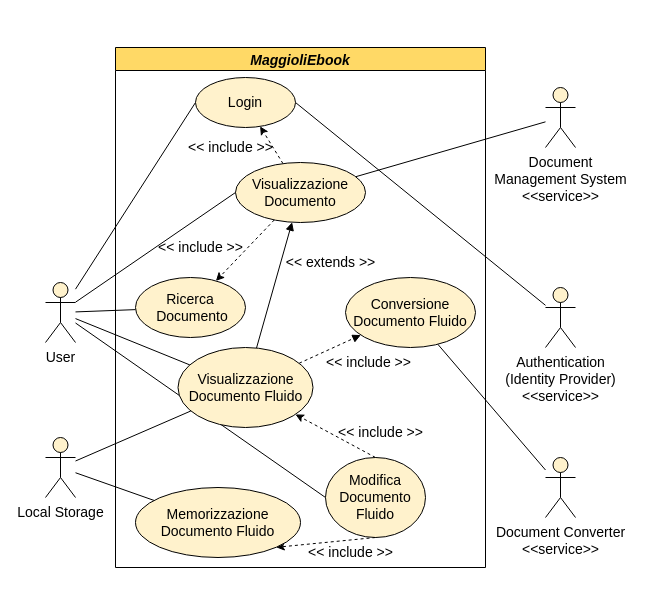
The draw.io diagram page "1-Use-case" (1 of 19) of tesi.drawio in paganellif/tesi-paganelli, before the edit. Source tidied: cells renumbered, new cells numbered last; positions are measured from the earlier drawing's top-left corner, leaving out a move shared by most shapes. Both pictures are drawn from the tidied source at 100%, with x=0, y=0 at pixel (45, 47).
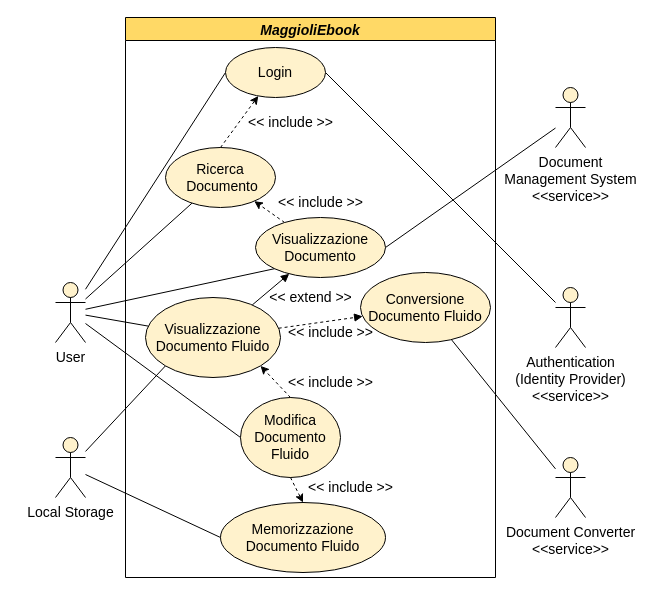
After the change.

Diff of the diagram source:
```diff
@@
     <mxCell id="5" value="User" style="shape=umlActor;verticalLabelPosition=bottom;verticalAlign=top;html=1;outlineConnect=0;fillColor=#FFF2CC;fontSize=14;strokeColor=#000000;" parent="1" vertex="1">
-      <mxGeometry y="235" width="30" height="60" as="geometry" />
+      <mxGeometry x="10" y="235" width="30" height="60" as="geometry" />
     </mxCell>
@@
     <mxCell id="7" value="Login" style="ellipse;whiteSpace=wrap;html=1;fillColor=#FFF2CC;strokeColor=#000000;fontSize=14;" parent="1" vertex="1">
-      <mxGeometry x="150" y="30" width="100" height="50" as="geometry" />
+      <mxGeometry x="180" width="100" height="50" as="geometry" />
     </mxCell>
     <mxCell id="8" value="Authentication&lt;br style=&quot;font-size: 14px;&quot;&gt;(Identity Provider)&lt;br style=&quot;font-size: 14px;&quot;&gt;&amp;lt;&amp;lt;service&amp;gt;&amp;gt;" style="shape=umlActor;verticalLabelPosition=bottom;verticalAlign=top;html=1;outlineConnect=0;fillColor=#FFF2CC;fontSize=14;strokeColor=#000000;" parent="1" vertex="1">
-      <mxGeometry x="500" y="240" width="30" height="60" as="geometry" />
+      <mxGeometry x="510" y="240" width="30" height="60" as="geometry" />
     </mxCell>
     <mxCell id="9" value="Ricerca&lt;br style=&quot;font-size: 14px;&quot;&gt;&amp;nbsp;Documento" style="ellipse;whiteSpace=wrap;html=1;fillColor=#FFF2CC;strokeColor=#000000;fontSize=14;" parent="1" vertex="1">
-      <mxGeometry x="90" y="230" width="110" height="60" as="geometry" />
+      <mxGeometry x="120" y="100" width="110" height="60" as="geometry" />
     </mxCell>
@@
-    <mxCell id="11" style="edgeStyle=none;rounded=0;jettySize=auto;html=1;startArrow=none;startFill=0;endArrow=none;endFill=0;fontSize=14;fillColor=#dae8fc;strokeColor=#000000;" parent="1" edge="1" source="13" target="31">
+    <mxCell id="11" style="edgeStyle=none;rounded=0;jettySize=auto;html=1;startArrow=none;startFill=0;endArrow=none;endFill=0;fontSize=14;fillColor=#dae8fc;strokeColor=#000000;exitX=1;exitY=0.5;exitDx=0;exitDy=0;" parent="1" edge="1" source="13" target="31">
       <mxGeometry relative="1" as="geometry" />
     </mxCell>
-    <mxCell id="12" style="rounded=0;jettySize=auto;html=1;dashed=1;fillColor=#dae8fc;strokeColor=#000000;fontSize=14;" parent="1" edge="1" source="13" target="7">
+    <mxCell id="12" style="rounded=0;jettySize=auto;html=1;dashed=1;fillColor=#dae8fc;strokeColor=#000000;fontSize=14;exitX=0.5;exitY=0;exitDx=0;exitDy=0;" parent="1" edge="1" source="9" target="7">
       <mxGeometry relative="1" as="geometry" />
     </mxCell>
     <mxCell id="13" value="Visualizzazione Documento" style="ellipse;whiteSpace=wrap;html=1;fillColor=#FFF2CC;strokeColor=#000000;fontSize=14;" parent="1" vertex="1">
-      <mxGeometry x="190" y="115" width="130" height="60" as="geometry" />
+      <mxGeometry x="210" y="170" width="130" height="60" as="geometry" />
     </mxCell>
     <mxCell id="14" value="&amp;lt;&amp;lt; include &amp;gt;&amp;gt;" style="text;html=1;align=center;verticalAlign=middle;strokeColor=none;fillColor=none;fontSize=14;" parent="1" vertex="1">
-      <mxGeometry x="100" y="185" width="110" height="30" as="geometry" />
+      <mxGeometry x="220" y="140" width="110" height="30" as="geometry" />
     </mxCell>
     <mxCell id="15" value="Modifica Documento Fluido" style="ellipse;whiteSpace=wrap;html=1;fillColor=#FFF2CC;strokeColor=#000000;fontSize=14;" parent="1" vertex="1">
-      <mxGeometry x="280" y="410" width="100" height="80" as="geometry" />
+      <mxGeometry x="195" y="350" width="100" height="80" as="geometry" />
     </mxCell>
-    <mxCell id="16" style="edgeStyle=none;rounded=0;jettySize=auto;html=1;endArrow=classic;endFill=1;dashed=1;exitX=0.5;exitY=0;exitDx=0;exitDy=0;fillColor=#dae8fc;strokeColor=#000000;fontSize=14;" parent="1" edge="1" source="15" target="23">
+    <mxCell id="16" style="edgeStyle=none;rounded=0;jettySize=auto;html=1;endArrow=classic;endFill=1;dashed=1;exitX=0.5;exitY=0;exitDx=0;exitDy=0;fillColor=#dae8fc;strokeColor=#000000;fontSize=14;entryX=1;entryY=1;entryDx=0;entryDy=0;" parent="1" edge="1" source="15" target="23">
       <mxGeometry relative="1" as="geometry" />
     </mxCell>
-    <mxCell id="17" value="&amp;lt;&amp;lt; include &amp;gt;&amp;gt;" style="text;html=1;align=center;verticalAlign=middle;strokeColor=none;fillColor=none;fontSize=14;" parent="1" vertex="1">
-      <mxGeometry x="280" y="370" width="110" height="30" as="geometry" />
-    </mxCell>
-    <mxCell id="18" style="rounded=0;jettySize=auto;html=1;endArrow=none;endFill=0;fontSize=14;fillColor=#dae8fc;strokeColor=#000000;" parent="1" edge="1" source="35" target="32">
+    <mxCell id="18" style="rounded=0;jettySize=auto;html=1;endArrow=none;endFill=0;fontSize=14;fillColor=#dae8fc;strokeColor=#000000;exitX=0;exitY=0.5;exitDx=0;exitDy=0;" parent="1" edge="1" source="35" target="32">
       <mxGeometry relative="1" as="geometry" />
     </mxCell>
-    <mxCell id="19" style="edgeStyle=none;rounded=0;jettySize=auto;html=1;endArrow=classic;endFill=1;dashed=1;entryX=1;entryY=1;entryDx=0;entryDy=0;exitX=0.5;exitY=1;exitDx=0;exitDy=0;fillColor=#dae8fc;strokeColor=#000000;fontSize=14;" parent="1" edge="1" source="15" target="35">
+    <mxCell id="19" style="edgeStyle=none;rounded=0;jettySize=auto;html=1;endArrow=classic;endFill=1;dashed=1;entryX=0.5;entryY=0;entryDx=0;entryDy=0;exitX=0.5;exitY=1;exitDx=0;exitDy=0;fillColor=#dae8fc;strokeColor=#000000;fontSize=14;" parent="1" edge="1" source="15" target="35">
       <mxGeometry relative="1" as="geometry" />
     </mxCell>
@@
-    <mxCell id="22" style="edgeStyle=none;rounded=0;jettySize=auto;html=1;endArrow=none;endFill=0;fontSize=14;fillColor=#dae8fc;strokeColor=#000000;" parent="1" edge="1" source="23" target="32">
+    <mxCell id="22" style="edgeStyle=none;rounded=0;jettySize=auto;html=1;endArrow=none;endFill=0;fontSize=14;fillColor=#dae8fc;strokeColor=#000000;exitX=0;exitY=1;exitDx=0;exitDy=0;" parent="1" edge="1" source="23" target="32">
       <mxGeometry relative="1" as="geometry" />
     </mxCell>
     <mxCell id="23" value="Visualizzazione Documento Fluido" style="ellipse;whiteSpace=wrap;html=1;fillColor=#FFF2CC;strokeColor=#000000;fontSize=14;" parent="1" vertex="1">
-      <mxGeometry x="132.5" y="300" width="135" height="80" as="geometry" />
+      <mxGeometry x="100" y="250" width="135" height="80" as="geometry" />
     </mxCell>
-    <mxCell id="24" value="&amp;lt;&amp;lt; extends &amp;gt;&amp;gt;" style="text;html=1;align=center;verticalAlign=middle;strokeColor=none;fillColor=none;fontSize=14;" parent="1" vertex="1">
-      <mxGeometry x="230" y="200" width="110" height="30" as="geometry" />
-    </mxCell>
-    <mxCell id="25" style="edgeStyle=none;rounded=0;jettySize=auto;html=1;endArrow=none;endFill=0;entryX=0;entryY=0.5;entryDx=0;entryDy=0;fontSize=14;fillColor=#dae8fc;strokeColor=#000000;" parent="1" edge="1" source="5" target="13">
+    <mxCell id="25" style="edgeStyle=none;rounded=0;jettySize=auto;html=1;endArrow=none;endFill=0;entryX=0;entryY=1;entryDx=0;entryDy=0;fontSize=14;fillColor=#dae8fc;strokeColor=#000000;" parent="1" edge="1" source="5" target="13">
       <mxGeometry relative="1" as="geometry" />
     </mxCell>
@@
-    <mxCell id="28" value="Conversione Documento Fluido" style="ellipse;whiteSpace=wrap;html=1;fillColor=#FFF2CC;strokeColor=#000000;fontSize=14;" parent="1" vertex="1">
-      <mxGeometry x="300" y="230" width="130" height="70" as="geometry" />
-    </mxCell>
     <mxCell id="29" value="&amp;lt;&amp;lt; include &amp;gt;&amp;gt;" style="text;html=1;align=center;verticalAlign=middle;strokeColor=none;fillColor=none;fontSize=14;" parent="1" vertex="1">
-      <mxGeometry x="267.5" y="300" width="110" height="30" as="geometry" />
+      <mxGeometry x="230" y="320" width="110" height="30" as="geometry" />
     </mxCell>
     <mxCell id="30" value="Document Converter&lt;br style=&quot;font-size: 14px;&quot;&gt;&amp;lt;&amp;lt;service&amp;gt;&amp;gt;" style="shape=umlActor;verticalLabelPosition=bottom;verticalAlign=top;html=1;outlineConnect=0;fillColor=#FFF2CC;fontSize=14;strokeColor=#000000;" parent="1" vertex="1">
-      <mxGeometry x="500" y="410" width="30" height="60" as="geometry" />
+      <mxGeometry x="510" y="410" width="30" height="60" as="geometry" />
     </mxCell>
     <mxCell id="31" value="Document &lt;br style=&quot;font-size: 14px;&quot;&gt;Management System&lt;br style=&quot;font-size: 14px;&quot;&gt;&amp;lt;&amp;lt;service&amp;gt;&amp;gt;" style="shape=umlActor;verticalLabelPosition=bottom;verticalAlign=top;html=1;outlineConnect=0;fillColor=#FFF2CC;fontSize=14;strokeColor=#000000;" parent="1" vertex="1">
-      <mxGeometry x="500" y="40" width="30" height="60" as="geometry" />
+      <mxGeometry x="510" y="40" width="30" height="60" as="geometry" />
     </mxCell>
     <mxCell id="32" value="Local Storage" style="shape=umlActor;verticalLabelPosition=bottom;verticalAlign=top;html=1;outlineConnect=0;fillColor=#FFF2CC;fontSize=14;strokeColor=#000000;" parent="1" vertex="1">
-      <mxGeometry y="390" width="30" height="60" as="geometry" />
+      <mxGeometry x="10" y="390" width="30" height="60" as="geometry" />
     </mxCell>
     <mxCell id="33" value="&amp;lt;&amp;lt; include &amp;gt;&amp;gt;" style="text;html=1;align=center;verticalAlign=middle;strokeColor=none;fillColor=none;fontSize=14;" parent="1" vertex="1">
-      <mxGeometry x="130" y="85" width="110" height="30" as="geometry" />
+      <mxGeometry x="190" y="60" width="110" height="30" as="geometry" />
     </mxCell>
     <mxCell id="34" value="MaggioliEbook" style="swimlane;fillColor=#FFD966;fontSize=14;fontStyle=3;" parent="1" vertex="1">
-      <mxGeometry x="70" width="370" height="520" as="geometry" />
+      <mxGeometry x="80" y="-30" width="370" height="560" as="geometry" />
     </mxCell>
+    <mxCell id="28" value="Conversione Documento Fluido" style="ellipse;whiteSpace=wrap;html=1;fillColor=#FFF2CC;strokeColor=#000000;fontSize=14;" parent="34" vertex="1">
+      <mxGeometry x="235" y="255" width="130" height="70" as="geometry" />
+    </mxCell>
+    <mxCell id="17" value="&amp;lt;&amp;lt; include &amp;gt;&amp;gt;" style="text;html=1;align=center;verticalAlign=middle;strokeColor=none;fillColor=none;fontSize=14;" parent="34" vertex="1">
+      <mxGeometry x="150" y="300" width="110" height="30" as="geometry" />
+    </mxCell>
-    <mxCell id="35" value="Memorizzazione Documento Fluido" style="ellipse;whiteSpace=wrap;html=1;fillColor=#FFF2CC;strokeColor=#000000;fontSize=14;" parent="34" vertex="1">
-      <mxGeometry x="20" y="440" width="165" height="70" as="geometry" />
+    <mxCell id="35" value="Memorizzazione Documento Fluido" style="ellipse;whiteSpace=wrap;html=1;fillColor=#FFF2CC;strokeColor=#000000;fontSize=14;" parent="1" vertex="1">
+      <mxGeometry x="175" y="455" width="165" height="70" as="geometry" />
     </mxCell>
-    <mxCell id="36" value="&amp;lt;&amp;lt; include &amp;gt;&amp;gt;" style="text;html=1;align=center;verticalAlign=middle;strokeColor=none;fillColor=none;fontSize=14;" parent="34" vertex="1">
-      <mxGeometry x="180" y="490" width="110" height="30" as="geometry" />
+    <mxCell id="36" value="&amp;lt;&amp;lt; include &amp;gt;&amp;gt;" style="text;html=1;align=center;verticalAlign=middle;strokeColor=none;fillColor=none;fontSize=14;" parent="1" vertex="1">
+      <mxGeometry x="250" y="425" width="110" height="30" as="geometry" />
     </mxCell>
+    <mxCell id="37" value="&amp;lt;&amp;lt; extend &amp;gt;&amp;gt;" style="text;html=1;align=center;verticalAlign=middle;strokeColor=none;fillColor=none;fontSize=14;" parent="1" vertex="1">
+      <mxGeometry x="210" y="235" width="110" height="30" as="geometry" />
+    </mxCell>
```
